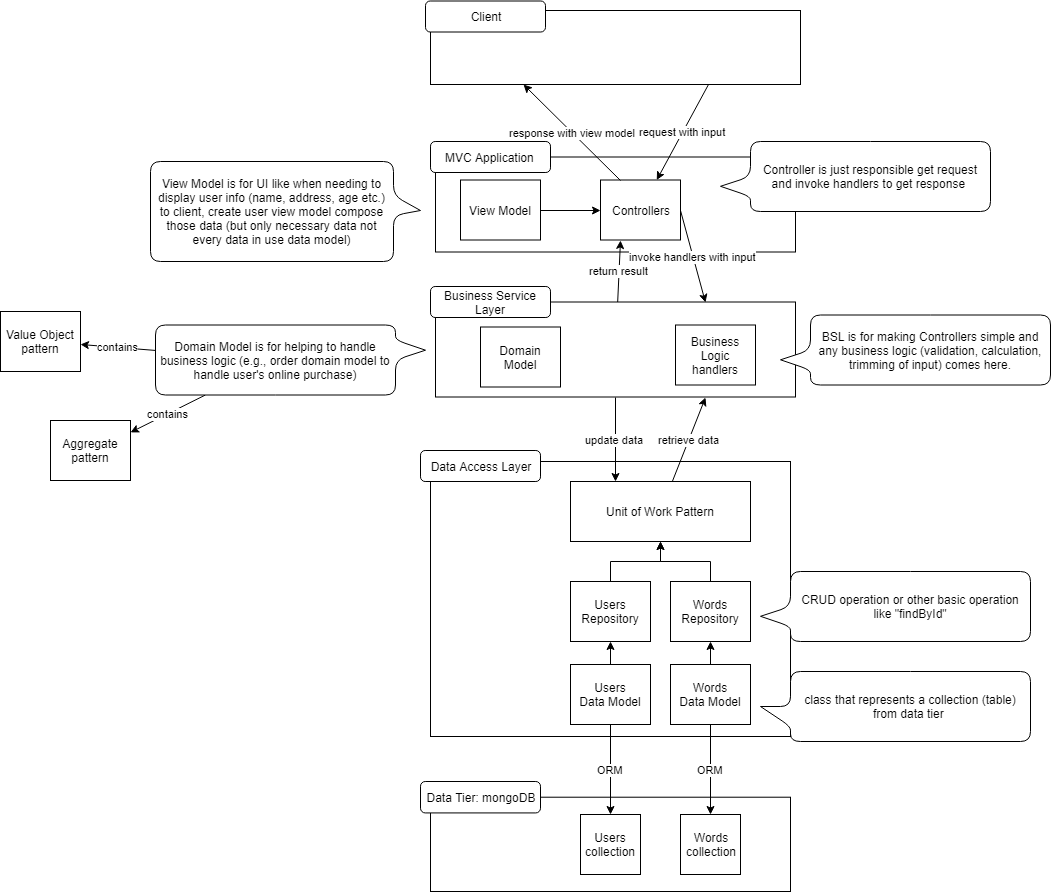
Earlier version of the draw.io export vocabs.png (stsiwo/vocabs). Source tidied: cells renumbered, new cells last; positions are measured from the earlier drawing's top-left corner, leaving out a move shared by most shapes.
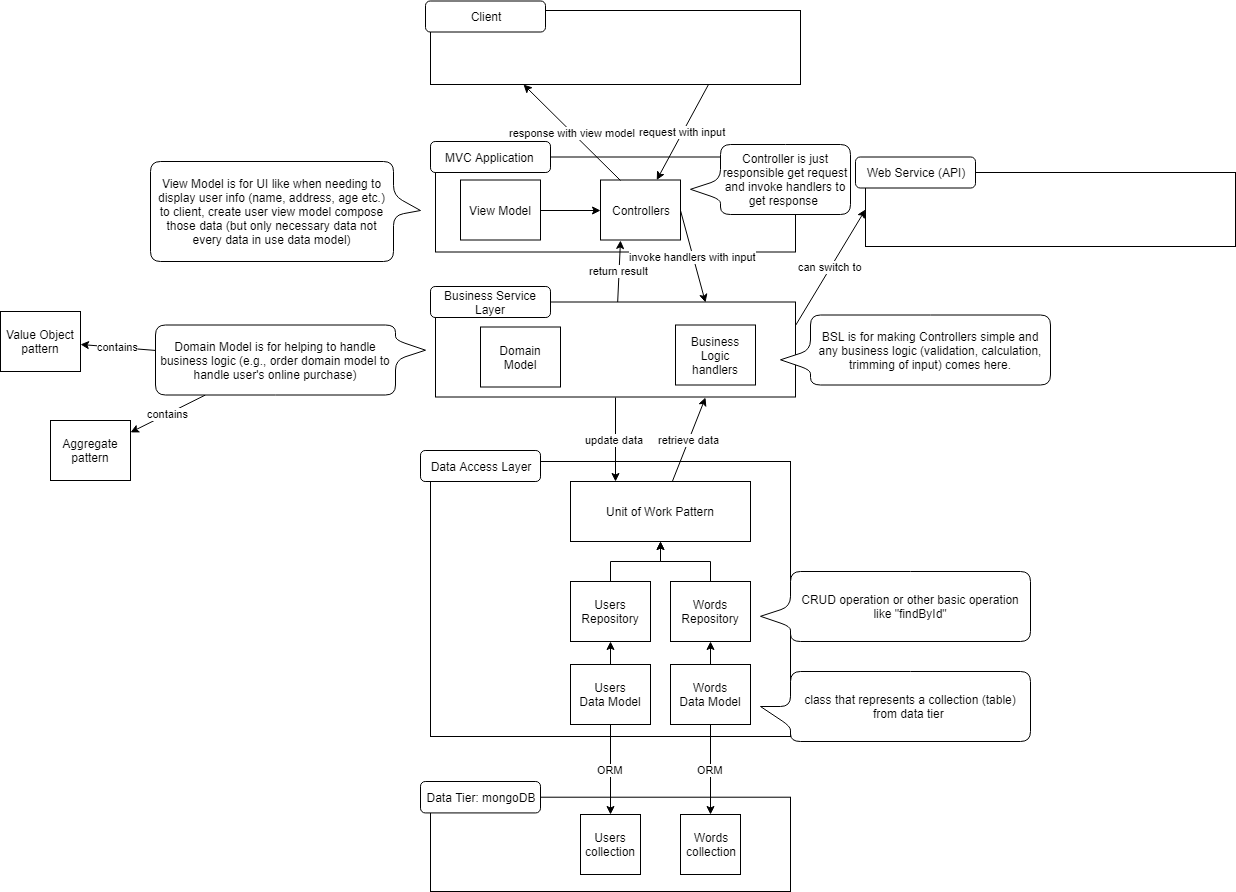
After the commit.

The edit, as a diff of the source:
```diff
@@ -126,7 +126,7 @@
       <mxGeometry x="780" y="313.5" width="270" height="70" as="geometry" />
     </mxCell>
     <mxCell id="43" value="Controller is just responsible get request and invoke handlers to get response&amp;nbsp;" style="shape=callout;whiteSpace=wrap;html=1;perimeter=calloutPerimeter;rounded=1;direction=south;position2=0.64;" parent="1" vertex="1">
-      <mxGeometry x="720" y="140" width="270" height="70" as="geometry" />
+      <mxGeometry x="690" y="143" width="160" height="70" as="geometry" />
     </mxCell>
     <mxCell id="44" value="View Model is for UI like when needing to display user info (name, address, age etc.) to client, create user view model compose those data (but only necessary data not every data in use data model)" style="shape=callout;whiteSpace=wrap;html=1;perimeter=calloutPerimeter;rounded=1;direction=north;position2=0.51;size=27;position=0.46;" parent="1" vertex="1">
       <mxGeometry x="150" y="160" width="270" height="100" as="geometry" />
@@ -146,5 +146,14 @@
     <mxCell id="49" value="Aggregate pattern" style="rounded=0;whiteSpace=wrap;html=1;" parent="1" vertex="1">
       <mxGeometry x="50" y="419" width="80" height="60" as="geometry" />
     </mxCell>
+    <mxCell id="50" style="rounded=0;whiteSpace=wrap;html=1;" parent="1" vertex="1">
+      <mxGeometry x="865" y="171" width="370" height="74" as="geometry" />
+    </mxCell>
+    <mxCell id="51" value="Web Service (API)" style="rounded=1;whiteSpace=wrap;html=1;" parent="1" vertex="1">
+      <mxGeometry x="855" y="155.5" width="120" height="31" as="geometry" />
+    </mxCell>
+    <mxCell id="52" value="can switch to" style="edgeStyle=none;rounded=0;html=1;exitX=1;exitY=0.25;entryX=0;entryY=0.5;jettySize=auto;" parent="1" edge="1" source="22" target="50">
+      <mxGeometry relative="1" as="geometry" />
+    </mxCell>
   </root>
 </mxGraphModel>
```
